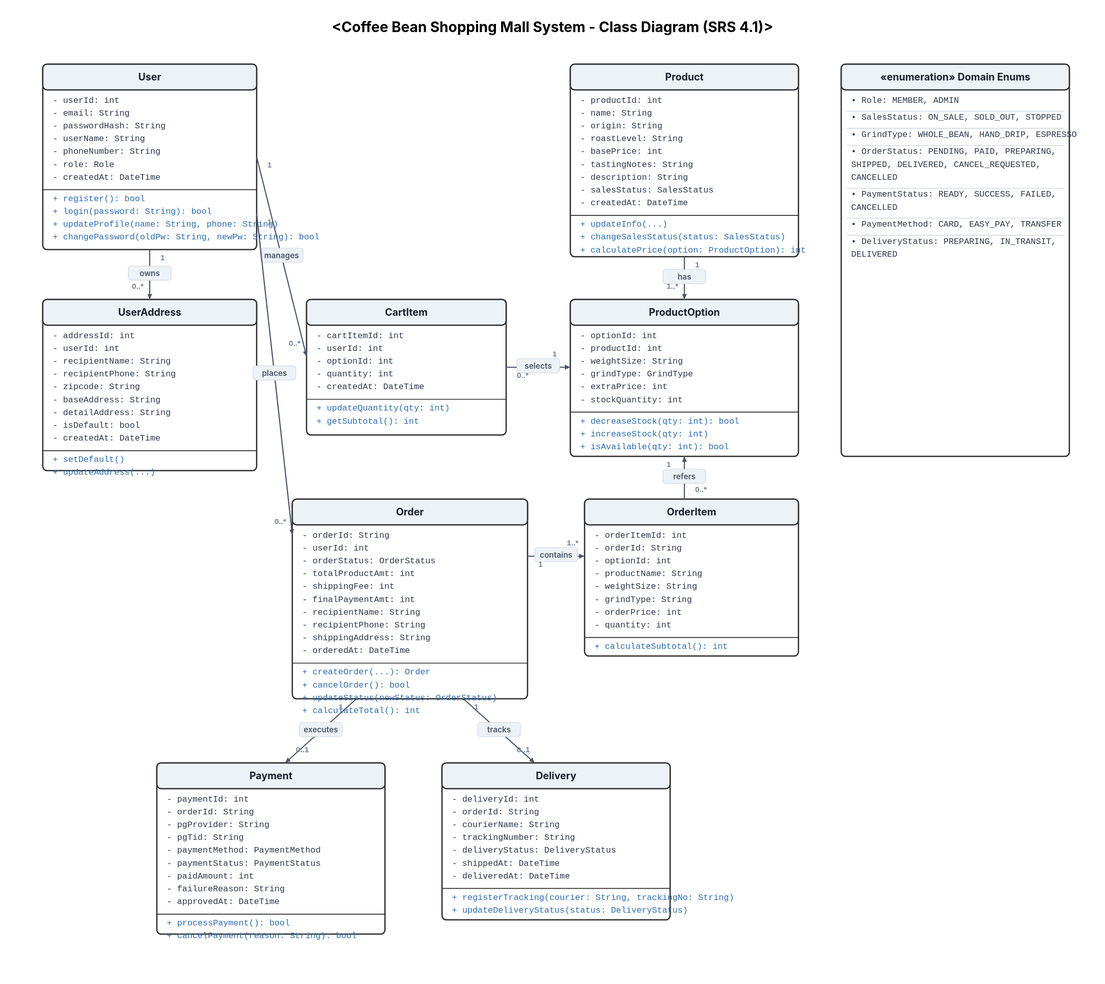
Above: docs/backend/class-diagram.drawio.svg in h2zkzd5whp-droid/coffee-shop (draw.io), before the change. Source tidied: cells renumbered, new cells last; positions are measured from the earlier drawing's top-left corner, leaving out a move shared by most shapes.
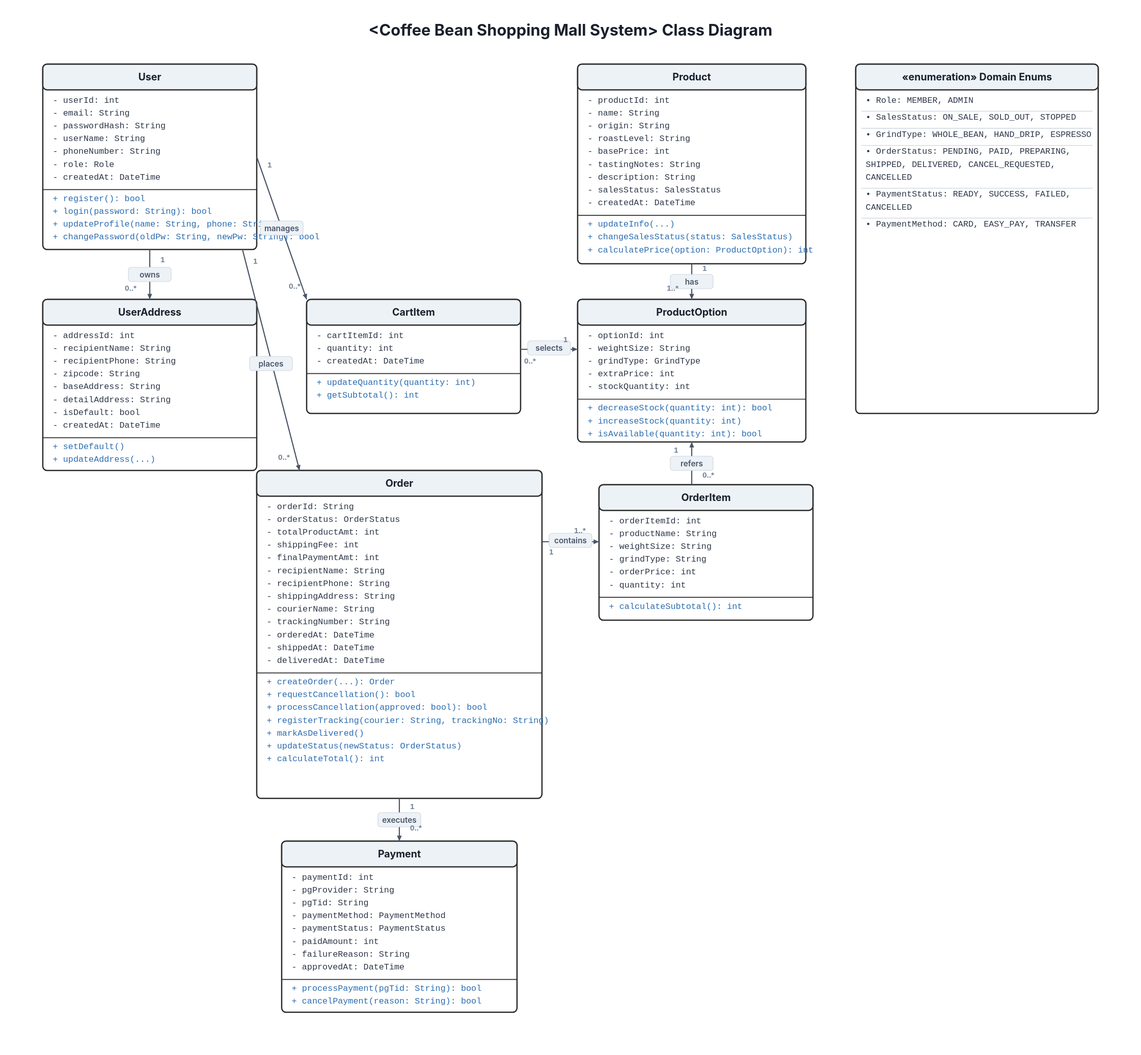
After the change.

Commit message:
fix(backend) Revise Database schema and class diagram PR#26 (#26)

Diff of the diagram source:
```diff
@@ -2,41 +2,35 @@
   <root>
     <mxCell id="0" />
     <mxCell id="1" parent="0" />
-    <mxCell id="2" style="rounded=0;html=0;fillColor=none;strokeColor=none;" parent="1" vertex="1">
-      <mxGeometry width="1440" height="40" as="geometry" />
-    </mxCell>
-    <mxCell id="3" value="&lt;Coffee Bean Shopping Mall System - Class Diagram (SRS 4.1)&gt;" style="text;html=0;align=center;verticalAlign=middle;fontSize=18;fontStyle=1;" parent="1" vertex="1">
-      <mxGeometry width="1440" height="40" as="geometry" />
-    </mxCell>
+    <mxCell id="23" value="Coffee Bean Shopping Mall System - Class Diagram" style="text;html=1;align=center;verticalAlign=middle;fontSize=20;fontStyle=1;fontFamily=Helvetica;" parent="1" vertex="1">
+      <mxGeometry width="1500" height="40" as="geometry" />
+    </mxCell>
     <mxCell id="4" value="&lt;b&gt;User&lt;/b&gt;&lt;hr/&gt;&lt;div align='left'&gt;- userId: int&lt;br/&gt;- email: String&lt;br/&gt;- passwordHash: String&lt;br/&gt;- userName: String&lt;br/&gt;- phoneNumber: String&lt;br/&gt;- role: Role&lt;br/&gt;- createdAt: DateTime&lt;/div&gt;&lt;hr/&gt;&lt;div align='left'&gt;+ register(): bool&lt;br/&gt;+ login(password: String): bool&lt;br/&gt;+ updateProfile(name: String, phone: String)&lt;br/&gt;+ changePassword(oldPw: String, newPw: String): bool&lt;/div&gt;" style="swimlane;fontStyle=0;horizontal=1;startSize=30;whiteSpace=wrap;html=1;fontSize=12;rounded=1;shadow=0;comic=0;labelBackgroundColor=none;strokeWidth=1.5;" parent="1" vertex="1">
       <mxGeometry x="10" y="70" width="300" height="260" as="geometry" />
     </mxCell>
-    <mxCell id="5" value="&lt;b&gt;UserAddress&lt;/b&gt;&lt;hr/&gt;&lt;div align='left'&gt;- addressId: int&lt;br/&gt;- userId: int&lt;br/&gt;- recipientName: String&lt;br/&gt;- recipientPhone: String&lt;br/&gt;- zipcode: String&lt;br/&gt;- baseAddress: String&lt;br/&gt;- detailAddress: String&lt;br/&gt;- isDefault: bool&lt;br/&gt;- createdAt: DateTime&lt;/div&gt;&lt;hr/&gt;&lt;div align='left'&gt;+ setDefault()&lt;br/&gt;+ updateAddress(...)&lt;/div&gt;" style="swimlane;fontStyle=0;horizontal=1;startSize=30;whiteSpace=wrap;html=1;fontSize=12;rounded=1;shadow=0;comic=0;labelBackgroundColor=none;strokeWidth=1.5;" parent="1" vertex="1">
+    <mxCell id="5" value="&lt;b&gt;UserAddress&lt;/b&gt;&lt;hr/&gt;&lt;div align='left'&gt;- addressId: int&lt;br/&gt;- recipientName: String&lt;br/&gt;- recipientPhone: String&lt;br/&gt;- zipcode: String&lt;br/&gt;- baseAddress: String&lt;br/&gt;- detailAddress: String&lt;br/&gt;- isDefault: bool&lt;br/&gt;- createdAt: DateTime&lt;/div&gt;&lt;hr/&gt;&lt;div align='left'&gt;+ setDefault()&lt;br/&gt;+ updateAddress(...)&lt;/div&gt;" style="swimlane;fontStyle=0;horizontal=1;startSize=30;whiteSpace=wrap;html=1;fontSize=12;rounded=1;shadow=0;comic=0;labelBackgroundColor=none;strokeWidth=1.5;" parent="1" vertex="1">
       <mxGeometry x="10" y="400" width="300" height="240" as="geometry" />
     </mxCell>
-    <mxCell id="6" value="&lt;b&gt;CartItem&lt;/b&gt;&lt;hr/&gt;&lt;div align='left'&gt;- cartItemId: int&lt;br/&gt;- userId: int&lt;br/&gt;- optionId: int&lt;br/&gt;- quantity: int&lt;br/&gt;- createdAt: DateTime&lt;/div&gt;&lt;hr/&gt;&lt;div align='left'&gt;+ updateQuantity(qty: int)&lt;br/&gt;+ getSubtotal(): int&lt;/div&gt;" style="swimlane;fontStyle=0;horizontal=1;startSize=30;whiteSpace=wrap;html=1;fontSize=12;rounded=1;shadow=0;comic=0;labelBackgroundColor=none;strokeWidth=1.5;" parent="1" vertex="1">
-      <mxGeometry x="380" y="400" width="280" height="190" as="geometry" />
+    <mxCell id="6" value="&lt;b&gt;CartItem&lt;/b&gt;&lt;hr/&gt;&lt;div align='left'&gt;- cartItemId: int&lt;br/&gt;- quantity: int&lt;br/&gt;- createdAt: DateTime&lt;/div&gt;&lt;hr/&gt;&lt;div align='left'&gt;+ updateQuantity(quantity: int)&lt;br/&gt;+ getSubtotal(): int&lt;/div&gt;" style="swimlane;fontStyle=0;horizontal=1;startSize=30;whiteSpace=wrap;html=1;fontSize=12;rounded=1;shadow=0;comic=0;labelBackgroundColor=none;strokeWidth=1.5;" parent="1" vertex="1">
+      <mxGeometry x="380" y="400" width="300" height="160" as="geometry" />
     </mxCell>
     <mxCell id="7" value="&lt;b&gt;Product&lt;/b&gt;&lt;hr/&gt;&lt;div align='left'&gt;- productId: int&lt;br/&gt;- name: String&lt;br/&gt;- origin: String&lt;br/&gt;- roastLevel: String&lt;br/&gt;- basePrice: int&lt;br/&gt;- tastingNotes: String&lt;br/&gt;- description: String&lt;br/&gt;- salesStatus: SalesStatus&lt;br/&gt;- createdAt: DateTime&lt;/div&gt;&lt;hr/&gt;&lt;div align='left'&gt;+ updateInfo(...)&lt;br/&gt;+ changeSalesStatus(status: SalesStatus)&lt;br/&gt;+ calculatePrice(option: ProductOption): int&lt;/div&gt;" style="swimlane;fontStyle=0;horizontal=1;startSize=30;whiteSpace=wrap;html=1;fontSize=12;rounded=1;shadow=0;comic=0;labelBackgroundColor=none;strokeWidth=1.5;" parent="1" vertex="1">
-      <mxGeometry x="750" y="70" width="320" height="270" as="geometry" />
+      <mxGeometry x="760" y="70" width="320" height="280" as="geometry" />
     </mxCell>
-    <mxCell id="8" value="&lt;b&gt;ProductOption&lt;/b&gt;&lt;hr/&gt;&lt;div align='left'&gt;- optionId: int&lt;br/&gt;- productId: int&lt;br/&gt;- weightSize: String&lt;br/&gt;- grindType: GrindType&lt;br/&gt;- extraPrice: int&lt;br/&gt;- stockQuantity: int&lt;/div&gt;&lt;hr/&gt;&lt;div align='left'&gt;+ decreaseStock(qty: int): bool&lt;br/&gt;+ increaseStock(qty: int)&lt;br/&gt;+ isAvailable(qty: int): bool&lt;/div&gt;" style="swimlane;fontStyle=0;horizontal=1;startSize=30;whiteSpace=wrap;html=1;fontSize=12;rounded=1;shadow=0;comic=0;labelBackgroundColor=none;strokeWidth=1.5;" parent="1" vertex="1">
-      <mxGeometry x="750" y="400" width="320" height="220" as="geometry" />
+    <mxCell id="8" value="&lt;b&gt;ProductOption&lt;/b&gt;&lt;hr/&gt;&lt;div align='left'&gt;- optionId: int&lt;br/&gt;- weightSize: String&lt;br/&gt;- grindType: GrindType&lt;br/&gt;- extraPrice: int&lt;br/&gt;- stockQuantity: int&lt;/div&gt;&lt;hr/&gt;&lt;div align='left'&gt;+ decreaseStock(quantity: int): bool&lt;br/&gt;+ increaseStock(quantity: int)&lt;br/&gt;+ isAvailable(quantity: int): bool&lt;/div&gt;" style="swimlane;fontStyle=0;horizontal=1;startSize=30;whiteSpace=wrap;html=1;fontSize=12;rounded=1;shadow=0;comic=0;labelBackgroundColor=none;strokeWidth=1.5;" parent="1" vertex="1">
+      <mxGeometry x="760" y="400" width="320" height="200" as="geometry" />
     </mxCell>
-    <mxCell id="9" value="&lt;b&gt;Order&lt;/b&gt;&lt;hr/&gt;&lt;div align='left'&gt;- orderId: String&lt;br/&gt;- userId: int&lt;br/&gt;- orderStatus: OrderStatus&lt;br/&gt;- totalProductAmt: int&lt;br/&gt;- shippingFee: int&lt;br/&gt;- finalPaymentAmt: int&lt;br/&gt;- recipientName: String&lt;br/&gt;- recipientPhone: String&lt;br/&gt;- shippingAddress: String&lt;br/&gt;- orderedAt: DateTime&lt;/div&gt;&lt;hr/&gt;&lt;div align='left'&gt;+ createOrder(...): Order&lt;br/&gt;+ cancelOrder(): bool&lt;br/&gt;+ updateStatus(newStatus: OrderStatus)&lt;br/&gt;+ calculateTotal(): int&lt;/div&gt;" style="swimlane;fontStyle=0;horizontal=1;startSize=30;whiteSpace=wrap;html=1;fontSize=12;rounded=1;shadow=0;comic=0;labelBackgroundColor=none;strokeWidth=1.5;" parent="1" vertex="1">
-      <mxGeometry x="360" y="680" width="330" height="280" as="geometry" />
+    <mxCell id="9" value="&lt;b&gt;Order&lt;/b&gt;&lt;hr/&gt;&lt;div align='left'&gt;- orderId: String&lt;br/&gt;- orderStatus: OrderStatus&lt;br/&gt;- totalProductAmt: int&lt;br/&gt;- shippingFee: int&lt;br/&gt;- finalPaymentAmt: int&lt;br/&gt;- recipientName: String&lt;br/&gt;- recipientPhone: String&lt;br/&gt;- shippingAddress: String&lt;br/&gt;- courierName: String&lt;br/&gt;- trackingNumber: String&lt;br/&gt;- orderedAt: DateTime&lt;br/&gt;- shippedAt: DateTime&lt;br/&gt;- deliveredAt: DateTime&lt;/div&gt;&lt;hr/&gt;&lt;div align='left'&gt;+ createOrder(...): Order&lt;br/&gt;+ requestCancellation(): bool&lt;br/&gt;+ processCancellation(approved: bool): bool&lt;br/&gt;+ registerTracking(courier: String, trackingNo: String)&lt;br/&gt;+ markAsDelivered()&lt;br/&gt;+ updateStatus(newStatus: OrderStatus)&lt;br/&gt;+ calculateTotal(): int&lt;/div&gt;" style="swimlane;fontStyle=0;horizontal=1;startSize=30;whiteSpace=wrap;html=1;fontSize=12;rounded=1;shadow=0;comic=0;labelBackgroundColor=none;strokeWidth=1.5;" parent="1" vertex="1">
+      <mxGeometry x="310" y="640" width="400" height="460" as="geometry" />
     </mxCell>
-    <mxCell id="10" value="&lt;b&gt;OrderItem&lt;/b&gt;&lt;hr/&gt;&lt;div align='left'&gt;- orderItemId: int&lt;br/&gt;- orderId: String&lt;br/&gt;- optionId: int&lt;br/&gt;- productName: String&lt;br/&gt;- weightSize: String&lt;br/&gt;- grindType: String&lt;br/&gt;- orderPrice: int&lt;br/&gt;- quantity: int&lt;/div&gt;&lt;hr/&gt;&lt;div align='left'&gt;+ calculateSubtotal(): int&lt;/div&gt;" style="swimlane;fontStyle=0;horizontal=1;startSize=30;whiteSpace=wrap;html=1;fontSize=12;rounded=1;shadow=0;comic=0;labelBackgroundColor=none;strokeWidth=1.5;" parent="1" vertex="1">
-      <mxGeometry x="770" y="680" width="300" height="220" as="geometry" />
+    <mxCell id="10" value="&lt;b&gt;OrderItem&lt;/b&gt;&lt;hr/&gt;&lt;div align='left'&gt;- orderItemId: int&lt;br/&gt;- productName: String&lt;br/&gt;- weightSize: String&lt;br/&gt;- grindType: String&lt;br/&gt;- orderPrice: int&lt;br/&gt;- quantity: int&lt;/div&gt;&lt;hr/&gt;&lt;div align='left'&gt;+ calculateSubtotal(): int&lt;/div&gt;" style="swimlane;fontStyle=0;horizontal=1;startSize=30;whiteSpace=wrap;html=1;fontSize=12;rounded=1;shadow=0;comic=0;labelBackgroundColor=none;strokeWidth=1.5;" parent="1" vertex="1">
+      <mxGeometry x="790" y="660" width="300" height="190" as="geometry" />
     </mxCell>
-    <mxCell id="11" value="&lt;b&gt;Payment&lt;/b&gt;&lt;hr/&gt;&lt;div align='left'&gt;- paymentId: int&lt;br/&gt;- orderId: String&lt;br/&gt;- pgProvider: String&lt;br/&gt;- pgTid: String&lt;br/&gt;- paymentMethod: PaymentMethod&lt;br/&gt;- paymentStatus: PaymentStatus&lt;br/&gt;- paidAmount: int&lt;br/&gt;- failureReason: String&lt;br/&gt;- approvedAt: DateTime&lt;/div&gt;&lt;hr/&gt;&lt;div align='left'&gt;+ processPayment(): bool&lt;br/&gt;+ cancelPayment(reason: String): bool&lt;/div&gt;" style="swimlane;fontStyle=0;horizontal=1;startSize=30;whiteSpace=wrap;html=1;fontSize=12;rounded=1;shadow=0;comic=0;labelBackgroundColor=none;strokeWidth=1.5;" parent="1" vertex="1">
-      <mxGeometry x="170" y="1050" width="320" height="240" as="geometry" />
+    <mxCell id="11" value="&lt;b&gt;Payment&lt;/b&gt;&lt;hr/&gt;&lt;div align='left'&gt;- paymentId: int&lt;br/&gt;- pgProvider: String&lt;br/&gt;- pgTid: String&lt;br/&gt;- paymentMethod: PaymentMethod&lt;br/&gt;- paymentStatus: PaymentStatus&lt;br/&gt;- paidAmount: int&lt;br/&gt;- failureReason: String&lt;br/&gt;- approvedAt: DateTime&lt;/div&gt;&lt;hr/&gt;&lt;div align='left'&gt;+ processPayment(pgTid: String): bool&lt;br/&gt;+ cancelPayment(reason: String): bool&lt;/div&gt;" style="swimlane;fontStyle=0;horizontal=1;startSize=30;whiteSpace=wrap;html=1;fontSize=12;rounded=1;shadow=0;comic=0;labelBackgroundColor=none;strokeWidth=1.5;" parent="1" vertex="1">
+      <mxGeometry x="345" y="1160" width="330" height="240" as="geometry" />
     </mxCell>
-    <mxCell id="12" value="&lt;b&gt;Delivery&lt;/b&gt;&lt;hr/&gt;&lt;div align='left'&gt;- deliveryId: int&lt;br/&gt;- orderId: String&lt;br/&gt;- courierName: String&lt;br/&gt;- trackingNumber: String&lt;br/&gt;- deliveryStatus: DeliveryStatus&lt;br/&gt;- shippedAt: DateTime&lt;br/&gt;- deliveredAt: DateTime&lt;/div&gt;&lt;hr/&gt;&lt;div align='left'&gt;+ registerTracking(courier: String, trackingNo: String)&lt;br/&gt;+ updateDeliveryStatus(status: DeliveryStatus)&lt;/div&gt;" style="swimlane;fontStyle=0;horizontal=1;startSize=30;whiteSpace=wrap;html=1;fontSize=12;rounded=1;shadow=0;comic=0;labelBackgroundColor=none;strokeWidth=1.5;" parent="1" vertex="1">
-      <mxGeometry x="570" y="1050" width="320" height="220" as="geometry" />
-    </mxCell>
-    <mxCell id="13" value="&lt;b&gt;«enumeration» Domain Enums&lt;/b&gt;&lt;hr/&gt;&lt;div align='left'&gt;• Role: MEMBER, ADMIN&lt;br/&gt;---------------------------------------&lt;br/&gt;• SalesStatus: ON_SALE, SOLD_OUT, STOPPED&lt;br/&gt;---------------------------------------&lt;br/&gt;• GrindType: WHOLE_BEAN, HAND_DRIP, ESPRESSO&lt;br/&gt;---------------------------------------&lt;br/&gt;• OrderStatus: PENDING, PAID, PREPARING,&lt;br/&gt;  SHIPPED, DELIVERED, CANCEL_REQUESTED,&lt;br/&gt;  CANCELLED&lt;br/&gt;---------------------------------------&lt;br/&gt;• PaymentStatus: READY, SUCCESS, FAILED,&lt;br/&gt;  CANCELLED&lt;br/&gt;---------------------------------------&lt;br/&gt;• PaymentMethod: CARD, EASY_PAY, TRANSFER&lt;br/&gt;---------------------------------------&lt;br/&gt;• DeliveryStatus: PREPARING, IN_TRANSIT,&lt;br/&gt;  DELIVERED&lt;/div&gt;" style="swimlane;fontStyle=0;horizontal=1;startSize=30;whiteSpace=wrap;html=1;fontSize=12;rounded=1;shadow=0;comic=0;labelBackgroundColor=none;strokeWidth=1.5;" parent="1" vertex="1">
-      <mxGeometry x="1130" y="70" width="320" height="550" as="geometry" />
+    <mxCell id="13" value="&lt;b&gt;«enumeration» Domain Enums&lt;/b&gt;&lt;hr/&gt;&lt;div align='left'&gt;• Role: MEMBER, ADMIN&lt;br/&gt;---------------------------------------&lt;br/&gt;• SalesStatus: ON_SALE, SOLD_OUT, STOPPED&lt;br/&gt;---------------------------------------&lt;br/&gt;• GrindType: WHOLE_BEAN, HAND_DRIP, ESPRESSO&lt;br/&gt;---------------------------------------&lt;br/&gt;• OrderStatus: PENDING, PAID, PREPARING,&lt;br/&gt;  SHIPPED, DELIVERED, CANCEL_REQUESTED,&lt;br/&gt;  CANCELLED&lt;br/&gt;---------------------------------------&lt;br/&gt;• PaymentStatus: READY, SUCCESS, FAILED,&lt;br/&gt;  CANCELLED&lt;br/&gt;---------------------------------------&lt;br/&gt;• PaymentMethod: CARD, EASY_PAY, TRANSFER&lt;/div&gt;" style="swimlane;fontStyle=0;horizontal=1;startSize=30;whiteSpace=wrap;html=1;fontSize=12;rounded=1;shadow=0;comic=0;labelBackgroundColor=none;strokeWidth=1.5;" parent="1" vertex="1">
+      <mxGeometry x="1150" y="70" width="340" height="490" as="geometry" />
     </mxCell>
     <mxCell id="14" value="owns" style="endArrow=open;endFill=0;html=0;rounded=0;strokeWidth=1.5;" parent="1" edge="1" source="4" target="5">
       <mxGeometry relative="1" as="geometry" />
@@ -62,8 +56,5 @@
     <mxCell id="21" value="executes" style="endArrow=open;endFill=0;html=0;rounded=0;strokeWidth=1.5;" parent="1" edge="1" source="9" target="11">
       <mxGeometry relative="1" as="geometry" />
     </mxCell>
-    <mxCell id="22" value="tracks" style="endArrow=open;endFill=0;html=0;rounded=0;strokeWidth=1.5;" parent="1" edge="1" source="9" target="12">
-      <mxGeometry relative="1" as="geometry" />
-    </mxCell>
   </root>
 </mxGraphModel>
```
